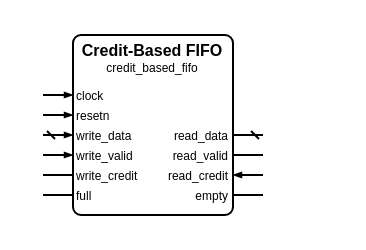
Before: sources/data/credit_based/fifo/credit_based_fifo.symbol.drawio in Louis-DR/OmniCores-BuildingBlocks, a draw.io diagram. Source tidied: cells renumbered, new cells numbered last; positions are measured from the earlier drawing's top-left corner, leaving out a move shared by most shapes. Both pictures are drawn from the tidied source at 200%, with x=0, y=0 at pixel (42, 34).
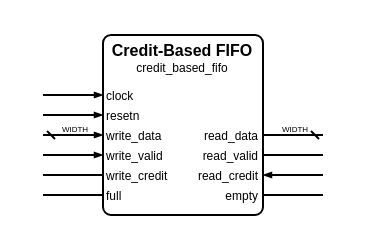
Above is the later version.

The edit, as a diff of the source:
```diff
@@
     <mxCell id="2" style="group;" parent="1" vertex="1">
-      <mxGeometry width="110" height="90" as="geometry" />
+      <mxGeometry width="140" height="90" as="geometry" />
     </mxCell>
     <mxCell id="3" style="rounded=1;arcSize=5;fillColor=none;strokeWidth=1;strokeColor=black;whiteSpace=wrap;html=1;" parent="2" vertex="1">
-      <mxGeometry x="15" width="80" height="90" as="geometry" />
+      <mxGeometry x="30" width="80" height="90" as="geometry" />
     </mxCell>
     <mxCell id="4" value="Credit-Based FIFO" style="text;html=1;align=center;verticalAlign=middle;whiteSpace=wrap;rounded=0;fontSize=8;fontStyle=1;fontColor=black;" parent="2" vertex="1">
-      <mxGeometry x="15" y="7" width="80" as="geometry" />
+      <mxGeometry x="30" y="7" width="80" as="geometry" />
     </mxCell>
     <mxCell id="5" value="credit_based_fifo" style="text;html=1;align=center;verticalAlign=middle;whiteSpace=wrap;rounded=0;fontSize=6;fontStyle=0;fontColor=black;" parent="2" vertex="1">
-      <mxGeometry x="15" y="16" width="80" as="geometry" />
+      <mxGeometry x="30" y="16" width="80" as="geometry" />
     </mxCell>
     <mxCell id="6" value="clock" style="text;html=1;align=left;verticalAlign=middle;whiteSpace=wrap;rounded=0;fontSize=6;fontStyle=0;fontColor=black;" parent="2" vertex="1">
-      <mxGeometry x="15" y="30" width="80" as="geometry" />
+      <mxGeometry x="30" y="30" width="80" as="geometry" />
     </mxCell>
     <mxCell id="7" style="html=1;rounded=1;strokeWidth=1;strokeColor=black;startFill=0;startSize=2;startArrow=none;endFill=1;endSize=2;endArrow=blockThin;sourcePerimeterSpacing=0;" parent="2" edge="1">
       <mxGeometry relative="1" as="geometry">
         <mxPoint y="30" as="sourcePoint" />
-        <mxPoint x="15" y="30" as="targetPoint" />
+        <mxPoint x="30" y="30" as="targetPoint" />
       </mxGeometry>
     </mxCell>
     <mxCell id="8" value="resetn" style="text;html=1;align=left;verticalAlign=middle;whiteSpace=wrap;rounded=0;fontSize=6;fontStyle=0;fontColor=black;" parent="2" vertex="1">
-      <mxGeometry x="15" y="40" width="80" as="geometry" />
+      <mxGeometry x="30" y="40" width="80" as="geometry" />
     </mxCell>
     <mxCell id="9" style="html=1;rounded=1;strokeWidth=1;strokeColor=black;startFill=0;startSize=2;startArrow=none;endFill=1;endSize=2;endArrow=blockThin;sourcePerimeterSpacing=0;" parent="2" edge="1">
       <mxGeometry relative="1" as="geometry">
         <mxPoint y="40" as="sourcePoint" />
-        <mxPoint x="15" y="40" as="targetPoint" />
+        <mxPoint x="30" y="40" as="targetPoint" />
       </mxGeometry>
     </mxCell>
     <mxCell id="10" value="write_data" style="text;html=1;align=left;verticalAlign=middle;whiteSpace=wrap;rounded=0;fontSize=6;fontStyle=0;fontColor=black;" parent="2" vertex="1">
-      <mxGeometry x="15" y="50" width="80" as="geometry" />
+      <mxGeometry x="30" y="50" width="80" as="geometry" />
     </mxCell>
     <mxCell id="11" style="html=1;rounded=1;strokeWidth=1;strokeColor=black;startFill=0;startSize=2;startArrow=dash;endFill=1;endSize=2;endArrow=blockThin;sourcePerimeterSpacing=0;" parent="2" edge="1">
       <mxGeometry relative="1" as="geometry">
         <mxPoint y="50" as="sourcePoint" />
-        <mxPoint x="15" y="50" as="targetPoint" />
+        <mxPoint x="30" y="50" as="targetPoint" />
       </mxGeometry>
     </mxCell>
+    <mxCell id="26" value="WIDTH" style="text;html=1;align=center;verticalAlign=middle;whiteSpace=nowrap;rounded=0;fontSize=4;fontStyle=0;fontColor=black;" parent="2" vertex="1">
+      <mxGeometry x="15" y="47" as="geometry" />
+    </mxCell>
     <mxCell id="12" value="read_data" style="text;html=1;align=right;verticalAlign=middle;whiteSpace=wrap;rounded=0;fontSize=6;fontStyle=0;fontColor=black;" parent="2" vertex="1">
-      <mxGeometry x="15" y="50" width="80" as="geometry" />
+      <mxGeometry x="30" y="50" width="80" as="geometry" />
     </mxCell>
     <mxCell id="13" style="html=1;rounded=1;strokeWidth=1;strokeColor=black;startFill=0;startSize=2;startArrow=dash;endFill=1;endSize=2;endArrow=none;sourcePerimeterSpacing=0;" parent="2" edge="1">
       <mxGeometry relative="1" as="geometry">
-        <mxPoint x="110" y="50" as="sourcePoint" />
-        <mxPoint x="95" y="50" as="targetPoint" />
+        <mxPoint x="140" y="50" as="sourcePoint" />
+        <mxPoint x="110" y="50" as="targetPoint" />
       </mxGeometry>
     </mxCell>
+    <mxCell id="27" value="WIDTH" style="text;html=1;align=center;verticalAlign=middle;whiteSpace=nowrap;rounded=0;fontSize=4;fontStyle=0;fontColor=black;" parent="2" vertex="1">
+      <mxGeometry x="125" y="47" as="geometry" />
+    </mxCell>
     <mxCell id="14" value="write_valid" style="text;html=1;align=left;verticalAlign=middle;whiteSpace=wrap;rounded=0;fontSize=6;fontStyle=0;fontColor=black;" parent="2" vertex="1">
-      <mxGeometry x="15" y="60" width="80" as="geometry" />
+      <mxGeometry x="30" y="60" width="80" as="geometry" />
     </mxCell>
     <mxCell id="15" style="html=1;rounded=1;strokeWidth=1;strokeColor=black;startFill=0;startSize=2;startArrow=none;endFill=1;endSize=2;endArrow=blockThin;sourcePerimeterSpacing=0;" parent="2" edge="1">
       <mxGeometry relative="1" as="geometry">
         <mxPoint y="60" as="sourcePoint" />
-        <mxPoint x="15" y="60" as="targetPoint" />
+        <mxPoint x="30" y="60" as="targetPoint" />
       </mxGeometry>
     </mxCell>
     <mxCell id="16" value="read_valid" style="text;html=1;align=right;verticalAlign=middle;whiteSpace=wrap;rounded=0;fontSize=6;fontStyle=0;fontColor=black;" parent="2" vertex="1">
-      <mxGeometry x="15" y="60" width="80" as="geometry" />
+      <mxGeometry x="30" y="60" width="80" as="geometry" />
     </mxCell>
     <mxCell id="17" style="html=1;rounded=1;strokeWidth=1;strokeColor=black;startFill=0;startSize=2;startArrow=none;endFill=1;endSize=2;endArrow=none;sourcePerimeterSpacing=0;" parent="2" edge="1">
       <mxGeometry relative="1" as="geometry">
-        <mxPoint x="110" y="60" as="sourcePoint" />
-        <mxPoint x="95" y="60" as="targetPoint" />
+        <mxPoint x="140" y="60" as="sourcePoint" />
+        <mxPoint x="110" y="60" as="targetPoint" />
       </mxGeometry>
     </mxCell>
     <mxCell id="18" value="write_credit" style="text;html=1;align=left;verticalAlign=middle;whiteSpace=wrap;rounded=0;fontSize=6;fontStyle=0;fontColor=black;" parent="2" vertex="1">
-      <mxGeometry x="15" y="70" width="80" as="geometry" />
+      <mxGeometry x="30" y="70" width="80" as="geometry" />
     </mxCell>
     <mxCell id="19" style="html=1;rounded=1;strokeWidth=1;strokeColor=black;startFill=0;startSize=2;startArrow=none;endFill=1;endSize=2;endArrow=none;sourcePerimeterSpacing=0;" parent="2" edge="1">
       <mxGeometry relative="1" as="geometry">
         <mxPoint y="70" as="sourcePoint" />
-        <mxPoint x="15" y="70" as="targetPoint" />
+        <mxPoint x="30" y="70" as="targetPoint" />
       </mxGeometry>
     </mxCell>
     <mxCell id="20" value="read_credit" style="text;html=1;align=right;verticalAlign=middle;whiteSpace=wrap;rounded=0;fontSize=6;fontStyle=0;fontColor=black;" parent="2" vertex="1">
-      <mxGeometry x="15" y="70" width="80" as="geometry" />
+      <mxGeometry x="30" y="70" width="80" as="geometry" />
     </mxCell>
     <mxCell id="21" style="html=1;rounded=1;strokeWidth=1;strokeColor=black;startFill=0;startSize=2;startArrow=none;endFill=1;endSize=2;endArrow=blockThin;sourcePerimeterSpacing=0;" parent="2" edge="1">
       <mxGeometry relative="1" as="geometry">
-        <mxPoint x="110" y="70" as="sourcePoint" />
-        <mxPoint x="95" y="70" as="targetPoint" />
+        <mxPoint x="140" y="70" as="sourcePoint" />
+        <mxPoint x="110" y="70" as="targetPoint" />
       </mxGeometry>
     </mxCell>
     <mxCell id="22" value="full" style="text;html=1;align=left;verticalAlign=middle;whiteSpace=wrap;rounded=0;fontSize=6;fontStyle=0;fontColor=black;" parent="2" vertex="1">
-      <mxGeometry x="15" y="80" width="80" as="geometry" />
+      <mxGeometry x="30" y="80" width="80" as="geometry" />
     </mxCell>
     <mxCell id="23" style="html=1;rounded=1;strokeWidth=1;strokeColor=black;startFill=0;startSize=2;startArrow=none;endFill=1;endSize=2;endArrow=none;sourcePerimeterSpacing=0;" parent="2" edge="1">
       <mxGeometry relative="1" as="geometry">
         <mxPoint y="80" as="sourcePoint" />
-        <mxPoint x="15" y="80" as="targetPoint" />
+        <mxPoint x="30" y="80" as="targetPoint" />
       </mxGeometry>
     </mxCell>
     <mxCell id="24" value="empty" style="text;html=1;align=right;verticalAlign=middle;whiteSpace=wrap;rounded=0;fontSize=6;fontStyle=0;fontColor=black;" parent="2" vertex="1">
-      <mxGeometry x="15" y="80" width="80" as="geometry" />
+      <mxGeometry x="30" y="80" width="80" as="geometry" />
     </mxCell>
     <mxCell id="25" style="html=1;rounded=1;strokeWidth=1;strokeColor=black;startFill=0;startSize=2;startArrow=none;endFill=1;endSize=2;endArrow=none;sourcePerimeterSpacing=0;" parent="2" edge="1">
       <mxGeometry relative="1" as="geometry">
-        <mxPoint x="110" y="80" as="sourcePoint" />
-        <mxPoint x="95" y="80" as="targetPoint" />
+        <mxPoint x="140" y="80" as="sourcePoint" />
+        <mxPoint x="110" y="80" as="targetPoint" />
       </mxGeometry>
     </mxCell>
```
